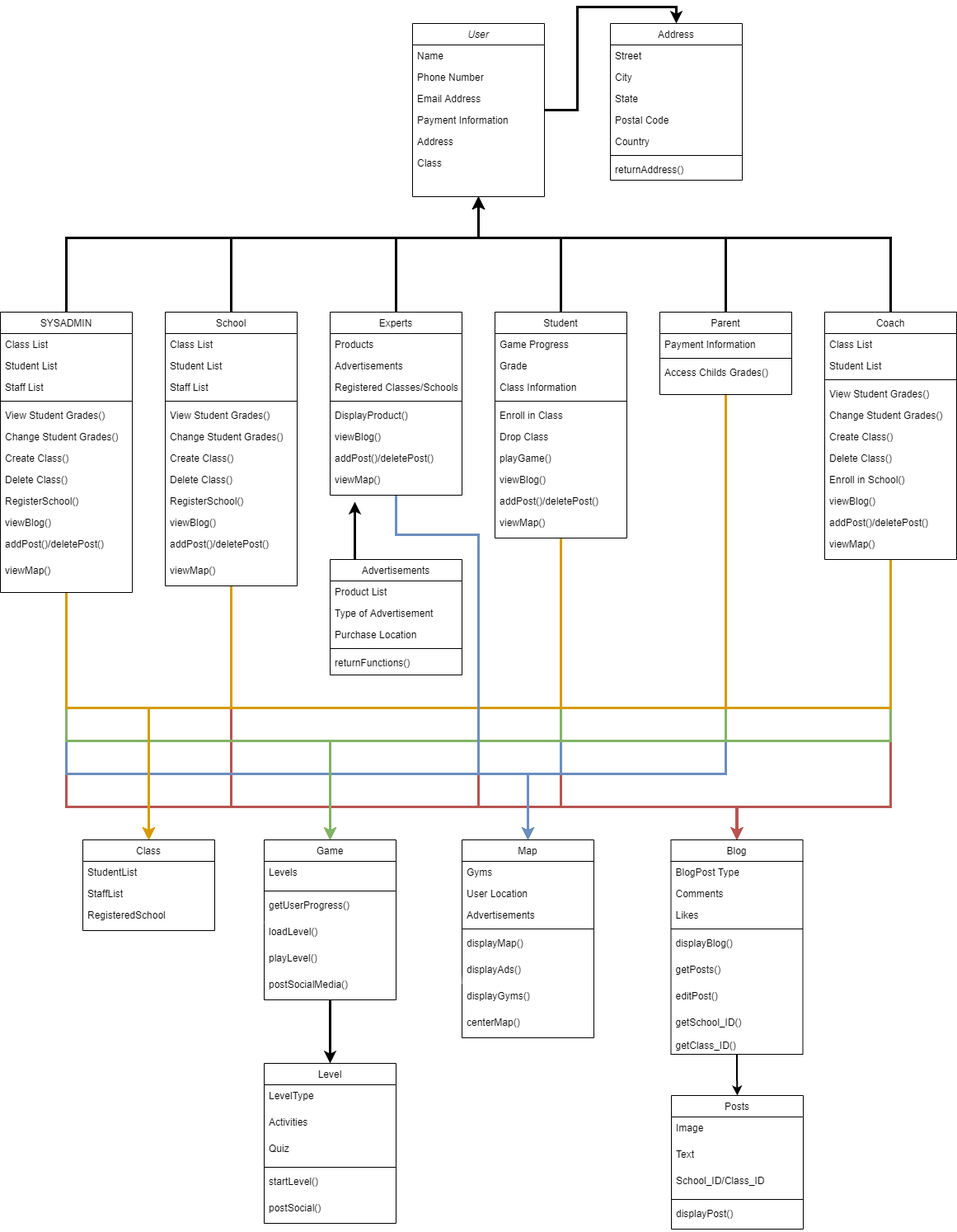
Hanandrof/Group-3-Repository keeps this draw.io diagram as Deliverables/Week_4/Class_Diagram.png. Above is the earlier version. Source tidied: cells renumbered, new cells last; positions are measured from the earlier drawing's top-left corner, leaving out a move shared by most shapes.
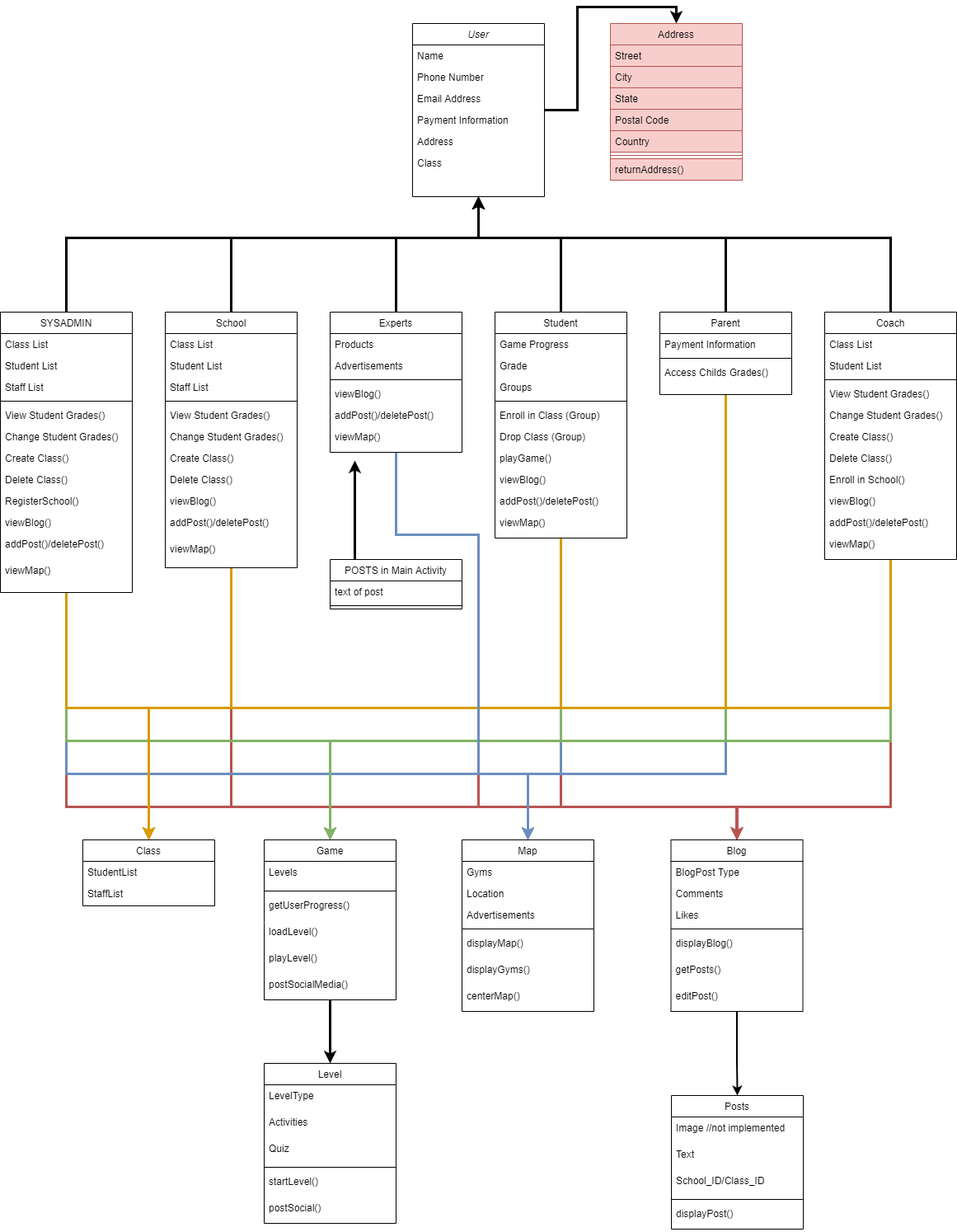
Above is the later version.

What changed in the source:
```diff
@@ -28,30 +28,21 @@
     </mxCell>
     <mxCell id="10" style="edgeStyle=orthogonalEdgeStyle;rounded=0;jettySize=auto;html=1;strokeWidth=3;" parent="1" edge="1" source="11">
       <mxGeometry relative="1" as="geometry">
-        <mxPoint x="430" y="580" as="targetPoint" />
+        <mxPoint x="430" y="530" as="targetPoint" />
         <Array as="points">
           <mxPoint x="430" y="580" />
         </Array>
       </mxGeometry>
     </mxCell>
-    <mxCell id="11" value="Advertisements" style="swimlane;fontStyle=0;align=center;verticalAlign=top;horizontal=1;startSize=26;rounded=0;shadow=0;strokeWidth=1;" parent="1" vertex="1">
-      <mxGeometry x="400" y="650" width="160" height="140" as="geometry" />
+    <mxCell id="11" value="POSTS in Main Activity" style="swimlane;fontStyle=0;align=center;verticalAlign=top;horizontal=1;startSize=26;rounded=0;shadow=0;strokeWidth=1;" parent="1" vertex="1">
+      <mxGeometry x="400" y="650" width="160" height="60" as="geometry" />
     </mxCell>
-    <mxCell id="12" value="Product List" style="text;align=left;verticalAlign=top;spacingLeft=4;spacingRight=4;overflow=hidden;rounded=0;shadow=0;html=0;" parent="11" vertex="1">
+    <mxCell id="12" value="text of post" style="text;align=left;verticalAlign=top;spacingLeft=4;spacingRight=4;overflow=hidden;rounded=0;shadow=0;html=0;" parent="11" vertex="1">
       <mxGeometry y="26" width="160" height="26" as="geometry" />
     </mxCell>
-    <mxCell id="13" value="Type of Advertisement" style="text;align=left;verticalAlign=top;spacingLeft=4;spacingRight=4;overflow=hidden;rounded=0;shadow=0;html=0;" parent="11" vertex="1">
-      <mxGeometry y="52" width="160" height="26" as="geometry" />
-    </mxCell>
-    <mxCell id="14" value="Purchase Location" style="text;align=left;verticalAlign=top;spacingLeft=4;spacingRight=4;overflow=hidden;rounded=0;shadow=0;html=0;" parent="11" vertex="1">
-      <mxGeometry y="78" width="160" height="26" as="geometry" />
-    </mxCell>
     <mxCell id="15" style="line;html=1;strokeWidth=1;align=left;verticalAlign=middle;spacingTop=-1;spacingLeft=3;spacingRight=3;labelPosition=right;" parent="11" vertex="1">
-      <mxGeometry y="104" width="160" height="8" as="geometry" />
+      <mxGeometry y="52" width="160" height="8" as="geometry" />
     </mxCell>
-    <mxCell id="16" value="returnFunctions()" style="text;align=left;verticalAlign=top;spacingLeft=4;spacingRight=4;overflow=hidden;rounded=0;shadow=0;html=0;" parent="11" vertex="1">
-      <mxGeometry y="112" width="160" height="26" as="geometry" />
-    </mxCell>
     <mxCell id="17" style="edgeStyle=orthogonalEdgeStyle;rounded=0;jettySize=auto;html=1;entryX=0.5;entryY=1;entryDx=0;entryDy=0;strokeWidth=3;" parent="1" edge="1" source="21" target="3">
       <mxGeometry relative="1" as="geometry">
         <Array as="points">
@@ -96,28 +87,28 @@
     <mxCell id="24" value="Access Childs Grades()" style="text;align=left;verticalAlign=top;spacingLeft=4;spacingRight=4;overflow=hidden;" parent="21" vertex="1">
       <mxGeometry y="60" width="160" height="26" as="geometry" />
     </mxCell>
-    <mxCell id="25" value="Address" style="swimlane;fontStyle=0;align=center;verticalAlign=top;horizontal=1;startSize=26;rounded=0;shadow=0;strokeWidth=1;" parent="1" vertex="1">
+    <mxCell id="25" value="Address" style="swimlane;fontStyle=0;align=center;verticalAlign=top;horizontal=1;startSize=26;rounded=0;shadow=0;strokeWidth=1;fillColor=#f8cecc;strokeColor=#b85450;" parent="1" vertex="1">
       <mxGeometry x="740" width="160" height="190" as="geometry" />
     </mxCell>
-    <mxCell id="26" value="Street" style="text;align=left;verticalAlign=top;spacingLeft=4;spacingRight=4;overflow=hidden;" parent="25" vertex="1">
+    <mxCell id="26" value="Street" style="text;align=left;verticalAlign=top;spacingLeft=4;spacingRight=4;overflow=hidden;fillColor=#f8cecc;strokeColor=#b85450;" parent="25" vertex="1">
       <mxGeometry y="26" width="160" height="26" as="geometry" />
     </mxCell>
-    <mxCell id="27" value="City" style="text;align=left;verticalAlign=top;spacingLeft=4;spacingRight=4;overflow=hidden;rounded=0;shadow=0;html=0;" parent="25" vertex="1">
+    <mxCell id="27" value="City" style="text;align=left;verticalAlign=top;spacingLeft=4;spacingRight=4;overflow=hidden;rounded=0;shadow=0;html=0;fillColor=#f8cecc;strokeColor=#b85450;" parent="25" vertex="1">
       <mxGeometry y="52" width="160" height="26" as="geometry" />
     </mxCell>
-    <mxCell id="28" value="State" style="text;align=left;verticalAlign=top;spacingLeft=4;spacingRight=4;overflow=hidden;rounded=0;shadow=0;html=0;" parent="25" vertex="1">
+    <mxCell id="28" value="State" style="text;align=left;verticalAlign=top;spacingLeft=4;spacingRight=4;overflow=hidden;rounded=0;shadow=0;html=0;fillColor=#f8cecc;strokeColor=#b85450;" parent="25" vertex="1">
       <mxGeometry y="78" width="160" height="26" as="geometry" />
     </mxCell>
-    <mxCell id="29" value="Postal Code" style="text;align=left;verticalAlign=top;spacingLeft=4;spacingRight=4;overflow=hidden;rounded=0;shadow=0;html=0;" parent="25" vertex="1">
+    <mxCell id="29" value="Postal Code" style="text;align=left;verticalAlign=top;spacingLeft=4;spacingRight=4;overflow=hidden;rounded=0;shadow=0;html=0;fillColor=#f8cecc;strokeColor=#b85450;" parent="25" vertex="1">
       <mxGeometry y="104" width="160" height="26" as="geometry" />
     </mxCell>
-    <mxCell id="30" value="Country" style="text;align=left;verticalAlign=top;spacingLeft=4;spacingRight=4;overflow=hidden;rounded=0;shadow=0;html=0;" parent="25" vertex="1">
+    <mxCell id="30" value="Country" style="text;align=left;verticalAlign=top;spacingLeft=4;spacingRight=4;overflow=hidden;rounded=0;shadow=0;html=0;fillColor=#f8cecc;strokeColor=#b85450;" parent="25" vertex="1">
       <mxGeometry y="130" width="160" height="26" as="geometry" />
     </mxCell>
-    <mxCell id="31" style="line;html=1;strokeWidth=1;align=left;verticalAlign=middle;spacingTop=-1;spacingLeft=3;spacingRight=3;labelPosition=right;" parent="25" vertex="1">
+    <mxCell id="31" style="line;html=1;strokeWidth=1;align=left;verticalAlign=middle;spacingTop=-1;spacingLeft=3;spacingRight=3;labelPosition=right;fillColor=#f8cecc;strokeColor=#b85450;" parent="25" vertex="1">
       <mxGeometry y="156" width="160" height="8" as="geometry" />
     </mxCell>
-    <mxCell id="32" value="returnAddress()" style="text;align=left;verticalAlign=top;spacingLeft=4;spacingRight=4;overflow=hidden;rounded=0;shadow=0;html=0;" parent="25" vertex="1">
+    <mxCell id="32" value="returnAddress()" style="text;align=left;verticalAlign=top;spacingLeft=4;spacingRight=4;overflow=hidden;rounded=0;shadow=0;html=0;fillColor=#f8cecc;strokeColor=#b85450;" parent="25" vertex="1">
       <mxGeometry y="164" width="160" height="26" as="geometry" />
     </mxCell>
     <mxCell id="33" style="edgeStyle=orthogonalEdgeStyle;jettySize=auto;html=1;entryX=0.5;entryY=1;entryDx=0;entryDy=0;strokeWidth=3;rounded=0;" parent="1" edge="1" source="37" target="3">
@@ -237,16 +228,16 @@
     <mxCell id="56" value="Grade" style="text;align=left;verticalAlign=top;spacingLeft=4;spacingRight=4;overflow=hidden;rounded=0;shadow=0;html=0;" parent="54" vertex="1">
       <mxGeometry y="52" width="160" height="26" as="geometry" />
     </mxCell>
-    <mxCell id="57" value="Class Information" style="text;align=left;verticalAlign=top;spacingLeft=4;spacingRight=4;overflow=hidden;rounded=0;shadow=0;html=0;" parent="54" vertex="1">
+    <mxCell id="57" value="Groups" style="text;align=left;verticalAlign=top;spacingLeft=4;spacingRight=4;overflow=hidden;rounded=0;shadow=0;html=0;" parent="54" vertex="1">
       <mxGeometry y="78" width="160" height="26" as="geometry" />
     </mxCell>
     <mxCell id="58" style="line;html=1;strokeWidth=1;align=left;verticalAlign=middle;spacingTop=-1;spacingLeft=3;spacingRight=3;labelPosition=right;" parent="54" vertex="1">
       <mxGeometry y="104" width="160" height="8" as="geometry" />
     </mxCell>
-    <mxCell id="59" value="Enroll in Class" style="text;align=left;verticalAlign=top;spacingLeft=4;spacingRight=4;overflow=hidden;rounded=0;shadow=0;html=0;" parent="54" vertex="1">
+    <mxCell id="59" value="Enroll in Class (Group)" style="text;align=left;verticalAlign=top;spacingLeft=4;spacingRight=4;overflow=hidden;rounded=0;shadow=0;html=0;" parent="54" vertex="1">
       <mxGeometry y="112" width="160" height="26" as="geometry" />
     </mxCell>
-    <mxCell id="60" value="Drop Class" style="text;align=left;verticalAlign=top;spacingLeft=4;spacingRight=4;overflow=hidden;rounded=0;shadow=0;html=0;" parent="54" vertex="1">
+    <mxCell id="60" value="Drop Class (Group)" style="text;align=left;verticalAlign=top;spacingLeft=4;spacingRight=4;overflow=hidden;rounded=0;shadow=0;html=0;" parent="54" vertex="1">
       <mxGeometry y="138" width="160" height="26" as="geometry" />
     </mxCell>
     <mxCell id="61" value="playGame()" style="text;align=left;verticalAlign=top;spacingLeft=4;spacingRight=4;overflow=hidden;rounded=0;shadow=0;html=0;" parent="54" vertex="1">
@@ -290,7 +281,7 @@
       </mxGeometry>
     </mxCell>
     <mxCell id="68" value="Experts" style="swimlane;fontStyle=0;align=center;verticalAlign=top;horizontal=1;startSize=26;rounded=0;shadow=0;strokeWidth=1;" parent="1" vertex="1">
-      <mxGeometry x="400" y="350" width="160" height="222" as="geometry" />
+      <mxGeometry x="400" y="350" width="160" height="170" as="geometry" />
     </mxCell>
     <mxCell id="69" value="Products" style="text;align=left;verticalAlign=top;spacingLeft=4;spacingRight=4;overflow=hidden;rounded=0;shadow=0;html=0;" parent="68" vertex="1">
       <mxGeometry y="26" width="160" height="26" as="geometry" />
@@ -298,23 +289,17 @@
     <mxCell id="70" value="Advertisements" style="text;align=left;verticalAlign=top;spacingLeft=4;spacingRight=4;overflow=hidden;rounded=0;shadow=0;html=0;" parent="68" vertex="1">
       <mxGeometry y="52" width="160" height="26" as="geometry" />
     </mxCell>
-    <mxCell id="71" value="Registered Classes/Schools" style="text;align=left;verticalAlign=top;spacingLeft=4;spacingRight=4;overflow=hidden;rounded=0;shadow=0;html=0;" parent="68" vertex="1">
-      <mxGeometry y="78" width="160" height="26" as="geometry" />
-    </mxCell>
     <mxCell id="72" style="line;html=1;strokeWidth=1;align=left;verticalAlign=middle;spacingTop=-1;spacingLeft=3;spacingRight=3;labelPosition=right;" parent="68" vertex="1">
-      <mxGeometry y="104" width="160" height="8" as="geometry" />
+      <mxGeometry y="78" width="160" height="8" as="geometry" />
     </mxCell>
-    <mxCell id="73" value="DisplayProduct()" style="text;align=left;verticalAlign=top;spacingLeft=4;spacingRight=4;overflow=hidden;rounded=0;shadow=0;html=0;" parent="68" vertex="1">
-      <mxGeometry y="112" width="160" height="26" as="geometry" />
-    </mxCell>
     <mxCell id="74" value="viewBlog()" style="text;align=left;verticalAlign=top;spacingLeft=4;spacingRight=4;overflow=hidden;rounded=0;shadow=0;html=0;" parent="68" vertex="1">
-      <mxGeometry y="138" width="160" height="26" as="geometry" />
+      <mxGeometry y="86" width="160" height="26" as="geometry" />
     </mxCell>
     <mxCell id="75" value="addPost()/deletePost()" style="text;align=left;verticalAlign=top;spacingLeft=4;spacingRight=4;overflow=hidden;rounded=0;shadow=0;html=0;" parent="68" vertex="1">
-      <mxGeometry y="164" width="160" height="26" as="geometry" />
+      <mxGeometry y="112" width="160" height="26" as="geometry" />
     </mxCell>
     <mxCell id="76" value="viewMap()" style="text;align=left;verticalAlign=top;spacingLeft=4;spacingRight=4;overflow=hidden;rounded=0;shadow=0;html=0;" parent="68" vertex="1">
-      <mxGeometry y="190" width="160" height="32" as="geometry" />
+      <mxGeometry y="138" width="160" height="32" as="geometry" />
     </mxCell>
     <mxCell id="77" style="edgeStyle=orthogonalEdgeStyle;rounded=0;jettySize=auto;html=1;entryX=0.5;entryY=1;entryDx=0;entryDy=0;strokeWidth=3;" parent="1" edge="1" source="80" target="3">
       <mxGeometry relative="1" as="geometry">
@@ -341,7 +326,7 @@
       </mxGeometry>
     </mxCell>
     <mxCell id="80" value="School" style="swimlane;fontStyle=0;align=center;verticalAlign=top;horizontal=1;startSize=26;rounded=0;shadow=0;strokeWidth=1;" parent="1" vertex="1">
-      <mxGeometry x="200" y="350" width="160" height="332" as="geometry" />
+      <mxGeometry x="200" y="350" width="160" height="310" as="geometry" />
     </mxCell>
     <mxCell id="81" value="Class List" style="text;align=left;verticalAlign=top;spacingLeft=4;spacingRight=4;overflow=hidden;" parent="80" vertex="1">
       <mxGeometry y="26" width="160" height="26" as="geometry" />
@@ -367,17 +352,14 @@
     <mxCell id="88" value="Delete Class()" style="text;align=left;verticalAlign=top;spacingLeft=4;spacingRight=4;overflow=hidden;" parent="80" vertex="1">
       <mxGeometry y="190" width="160" height="26" as="geometry" />
     </mxCell>
-    <mxCell id="89" value="RegisterSchool()" style="text;align=left;verticalAlign=top;spacingLeft=4;spacingRight=4;overflow=hidden;" parent="80" vertex="1">
-      <mxGeometry y="216" width="160" height="26" as="geometry" />
-    </mxCell>
     <mxCell id="90" value="viewBlog()" style="text;align=left;verticalAlign=top;spacingLeft=4;spacingRight=4;overflow=hidden;rounded=0;shadow=0;html=0;" parent="80" vertex="1">
-      <mxGeometry y="242" width="160" height="26" as="geometry" />
+      <mxGeometry y="216" width="160" height="26" as="geometry" />
     </mxCell>
     <mxCell id="91" value="addPost()/deletePost()" style="text;align=left;verticalAlign=top;spacingLeft=4;spacingRight=4;overflow=hidden;rounded=0;shadow=0;html=0;" parent="80" vertex="1">
-      <mxGeometry y="268" width="160" height="32" as="geometry" />
+      <mxGeometry y="242" width="160" height="32" as="geometry" />
     </mxCell>
     <mxCell id="92" value="viewMap()" style="text;align=left;verticalAlign=top;spacingLeft=4;spacingRight=4;overflow=hidden;rounded=0;shadow=0;html=0;" parent="80" vertex="1">
-      <mxGeometry y="300" width="160" height="32" as="geometry" />
+      <mxGeometry y="274" width="160" height="32" as="geometry" />
     </mxCell>
     <mxCell id="93" style="edgeStyle=orthogonalEdgeStyle;rounded=0;jettySize=auto;html=1;entryX=0.5;entryY=1;entryDx=0;entryDy=0;strokeWidth=3;" parent="1" edge="1" source="98" target="3">
       <mxGeometry relative="1" as="geometry">
@@ -462,7 +444,7 @@
       <mxGeometry relative="1" as="geometry" />
     </mxCell>
     <mxCell id="112" value="Blog" style="swimlane;fontStyle=0;align=center;verticalAlign=top;horizontal=1;startSize=26;rounded=0;shadow=0;strokeWidth=1;" parent="1" vertex="1">
-      <mxGeometry x="813.5" y="990" width="160" height="260" as="geometry" />
+      <mxGeometry x="813.5" y="990" width="160" height="208" as="geometry" />
     </mxCell>
     <mxCell id="113" value="BlogPost Type" style="text;align=left;verticalAlign=top;spacingLeft=4;spacingRight=4;overflow=hidden;" parent="112" vertex="1">
       <mxGeometry y="26" width="160" height="26" as="geometry" />
@@ -485,16 +467,13 @@
     <mxCell id="119" value="editPost()" style="text;align=left;verticalAlign=top;spacingLeft=4;spacingRight=4;overflow=hidden;rounded=0;shadow=0;html=0;" parent="112" vertex="1">
       <mxGeometry y="176" width="160" height="32" as="geometry" />
     </mxCell>
-    <mxCell id="120" value="getSchool_ID()&#10;&#10;getClass_ID()" style="text;align=left;verticalAlign=top;spacingLeft=4;spacingRight=4;overflow=hidden;rounded=0;shadow=0;html=0;" parent="112" vertex="1">
-      <mxGeometry y="208" width="160" height="52" as="geometry" />
-    </mxCell>
     <mxCell id="121" value="Map" style="swimlane;fontStyle=0;align=center;verticalAlign=top;horizontal=1;startSize=26;rounded=0;shadow=0;strokeWidth=1;" parent="1" vertex="1">
-      <mxGeometry x="560" y="990" width="160" height="240" as="geometry" />
+      <mxGeometry x="560" y="990" width="160" height="208" as="geometry" />
     </mxCell>
     <mxCell id="122" value="Gyms" style="text;align=left;verticalAlign=top;spacingLeft=4;spacingRight=4;overflow=hidden;" parent="121" vertex="1">
       <mxGeometry y="26" width="160" height="26" as="geometry" />
     </mxCell>
-    <mxCell id="123" value="User Location" style="text;align=left;verticalAlign=top;spacingLeft=4;spacingRight=4;overflow=hidden;" parent="121" vertex="1">
+    <mxCell id="123" value="Location" style="text;align=left;verticalAlign=top;spacingLeft=4;spacingRight=4;overflow=hidden;" parent="121" vertex="1">
       <mxGeometry y="52" width="160" height="26" as="geometry" />
     </mxCell>
     <mxCell id="124" value="Advertisements" style="text;align=left;verticalAlign=top;spacingLeft=4;spacingRight=4;overflow=hidden;" parent="121" vertex="1">
@@ -506,14 +485,11 @@
     <mxCell id="126" value="displayMap()" style="text;align=left;verticalAlign=top;spacingLeft=4;spacingRight=4;overflow=hidden;rounded=0;shadow=0;html=0;" parent="121" vertex="1">
       <mxGeometry y="112" width="160" height="32" as="geometry" />
     </mxCell>
-    <mxCell id="127" value="displayAds()" style="text;align=left;verticalAlign=top;spacingLeft=4;spacingRight=4;overflow=hidden;rounded=0;shadow=0;html=0;fillColor=#ffffff;sketch=1;" parent="121" vertex="1">
-      <mxGeometry y="144" width="160" height="32" as="geometry" />
-    </mxCell>
     <mxCell id="128" value="displayGyms()" style="text;align=left;verticalAlign=top;spacingLeft=4;spacingRight=4;overflow=hidden;rounded=0;shadow=0;html=0;" parent="121" vertex="1">
-      <mxGeometry y="176" width="160" height="32" as="geometry" />
+      <mxGeometry y="144" width="160" height="32" as="geometry" />
     </mxCell>
     <mxCell id="129" value="centerMap()" style="text;align=left;verticalAlign=top;spacingLeft=4;spacingRight=4;overflow=hidden;rounded=0;shadow=0;html=0;" parent="121" vertex="1">
-      <mxGeometry y="208" width="160" height="32" as="geometry" />
+      <mxGeometry y="176" width="160" height="32" as="geometry" />
     </mxCell>
     <mxCell id="130" style="edgeStyle=orthogonalEdgeStyle;rounded=0;jettySize=auto;html=1;entryX=0.5;entryY=0;entryDx=0;entryDy=0;strokeWidth=3;" parent="1" edge="1" source="131" target="138">
       <mxGeometry relative="1" as="geometry" />
@@ -561,7 +537,7 @@
       <mxGeometry y="162" width="160" height="32" as="geometry" />
     </mxCell>
     <mxCell id="145" value="Class" style="swimlane;fontStyle=0;align=center;verticalAlign=top;horizontal=1;startSize=26;rounded=0;shadow=0;strokeWidth=1;" parent="1" vertex="1">
-      <mxGeometry x="100" y="990" width="160" height="110" as="geometry" />
+      <mxGeometry x="100" y="990" width="160" height="80" as="geometry" />
     </mxCell>
     <mxCell id="146" value="StudentList" style="text;align=left;verticalAlign=top;spacingLeft=4;spacingRight=4;overflow=hidden;" parent="145" vertex="1">
       <mxGeometry y="26" width="160" height="26" as="geometry" />
@@ -569,13 +545,10 @@
     <mxCell id="147" value="StaffList" style="text;align=left;verticalAlign=top;spacingLeft=4;spacingRight=4;overflow=hidden;rounded=0;shadow=0;html=0;" parent="145" vertex="1">
       <mxGeometry y="52" width="160" height="26" as="geometry" />
     </mxCell>
-    <mxCell id="148" value="RegisteredSchool" style="text;align=left;verticalAlign=top;spacingLeft=4;spacingRight=4;overflow=hidden;rounded=0;shadow=0;html=0;" parent="145" vertex="1">
-      <mxGeometry y="78" width="160" height="26" as="geometry" />
-    </mxCell>
     <mxCell id="149" value="Posts" style="swimlane;fontStyle=0;align=center;verticalAlign=top;horizontal=1;startSize=26;rounded=0;shadow=0;strokeWidth=1;" parent="1" vertex="1">
       <mxGeometry x="814" y="1300" width="160" height="162" as="geometry" />
     </mxCell>
-    <mxCell id="150" value="Image" style="text;align=left;verticalAlign=top;spacingLeft=4;spacingRight=4;overflow=hidden;rounded=0;shadow=0;html=0;" parent="149" vertex="1">
+    <mxCell id="150" value="Image //not implemented " style="text;align=left;verticalAlign=top;spacingLeft=4;spacingRight=4;overflow=hidden;rounded=0;shadow=0;html=0;" parent="149" vertex="1">
       <mxGeometry y="26" width="160" height="32" as="geometry" />
     </mxCell>
     <mxCell id="151" value="Text" style="text;align=left;verticalAlign=top;spacingLeft=4;spacingRight=4;overflow=hidden;rounded=0;shadow=0;html=0;" parent="149" vertex="1">
```
